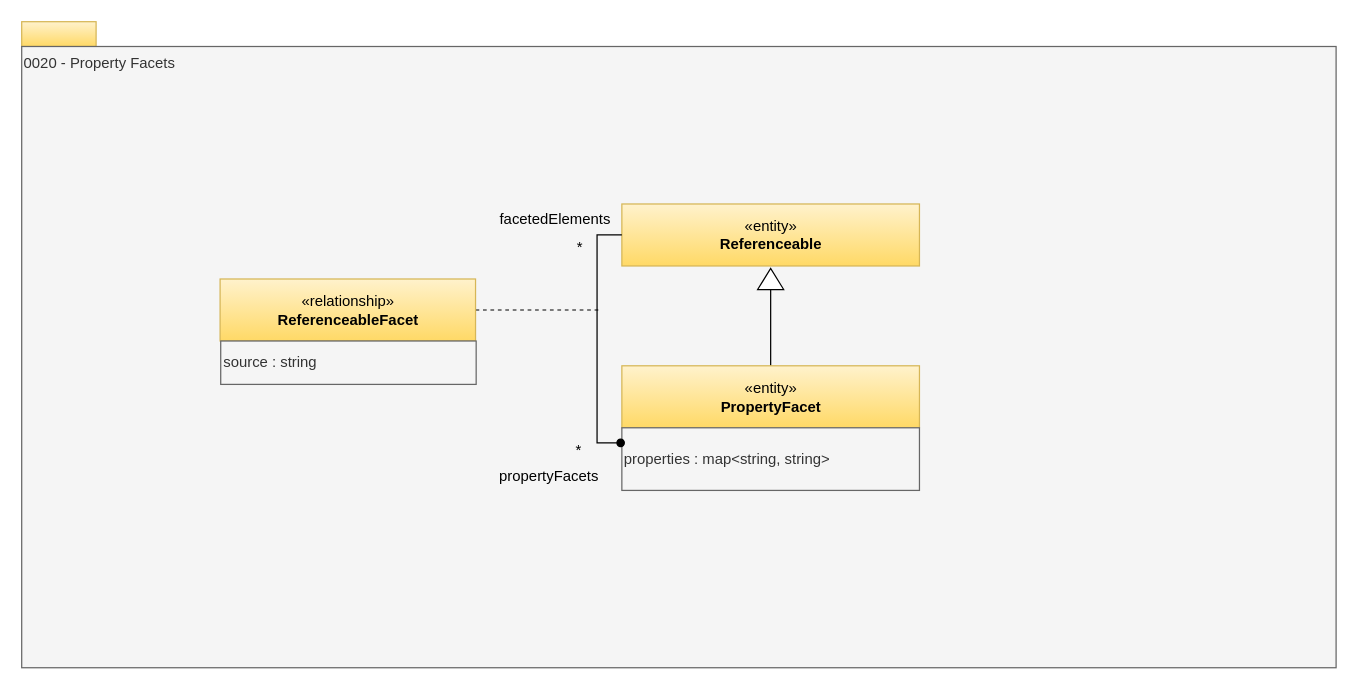
Before: page "0020-Property-Facets" (15 of 32) of site/docs/types/0/area-0-basic-types-and-infrastructure.drawio in odpi/egeria-docs, a draw.io diagram. Source tidied: cells renumbered, new cells numbered last; positions are measured from the earlier drawing's top-left corner, leaving out a move shared by most shapes. Both pictures are drawn from the tidied source at 124%, with x=0, y=0 at pixel (21, 21).
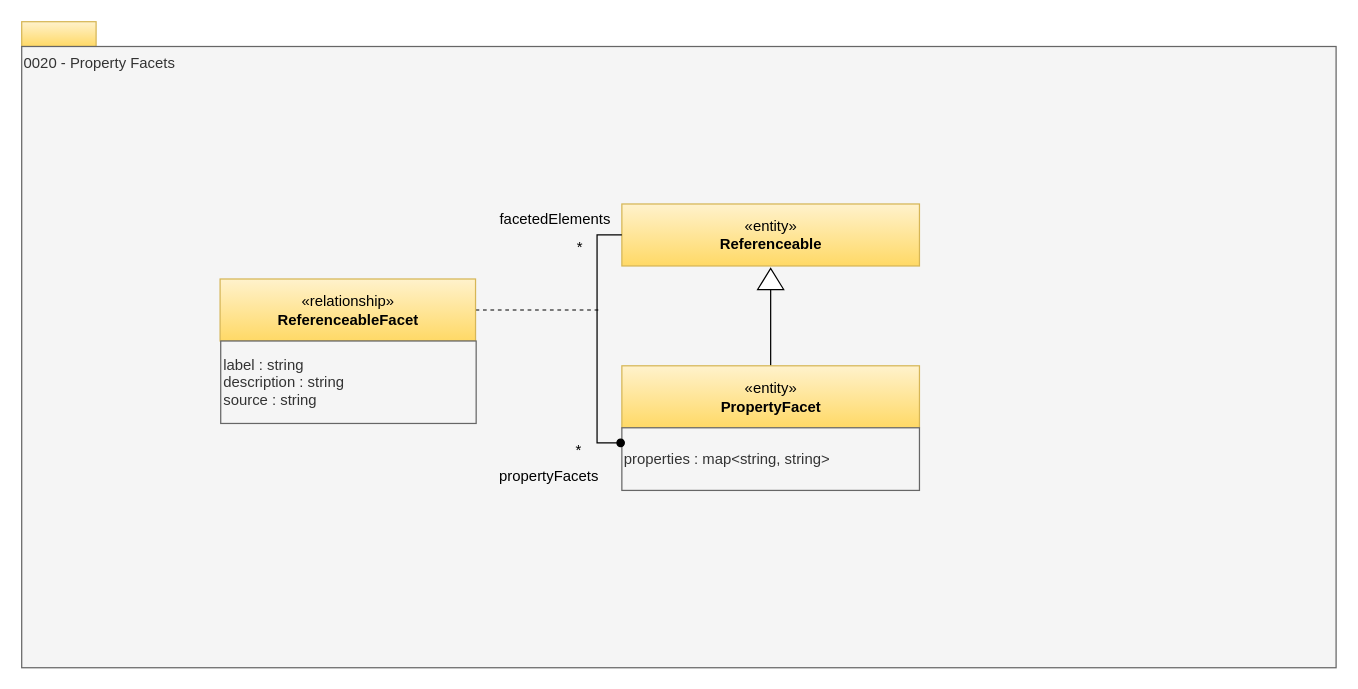
The same page after the edit.

Change to the diagram source:
```diff
@@
 <mxGraphModel>
   <root>
     <mxCell id="0" />
     <mxCell id="1" parent="0" />
     <mxCell id="2" style="rounded=0;whiteSpace=wrap;html=1;align=left;fillColor=#fff2cc;strokeColor=#d6b656;gradientColor=#ffd966;" parent="1" vertex="1">
       <mxGeometry width="60" height="20" as="geometry" />
     </mxCell>
     <mxCell id="3" value="0020 - Property Facets" style="rounded=0;whiteSpace=wrap;html=1;align=left;verticalAlign=top;fillColor=#f5f5f5;fontColor=#333333;strokeColor=#666666;" parent="1" vertex="1">
       <mxGeometry y="20" width="1060" height="501" as="geometry" />
     </mxCell>
     <mxCell id="4" value="«entity»&lt;br&gt;&lt;b&gt;Referenceable&lt;/b&gt;" style="html=1;strokeColor=#d6b656;align=center;fillColor=#fff2cc;gradientColor=#ffd966;" parent="1" vertex="1">
       <mxGeometry x="484" y="147" width="240" height="50" as="geometry" />
     </mxCell>
     <mxCell id="5" style="edgeStyle=orthogonalEdgeStyle;rounded=0;html=1;exitX=1;exitY=0.5;dashed=1;endArrow=none;endFill=0;jettySize=auto;" parent="1" edge="1" source="6">
       <mxGeometry relative="1" as="geometry">
         <mxPoint x="466.5" y="232.5" as="targetPoint" />
       </mxGeometry>
     </mxCell>
     <mxCell id="6" value="«relationship»&lt;br&gt;&lt;b&gt;ReferenceableFacet&lt;/b&gt;" style="html=1;strokeColor=#d6b656;align=center;fillColor=#fff2cc;gradientColor=#ffd966;" parent="1" vertex="1">
       <mxGeometry x="160" y="207.5" width="206" height="50" as="geometry" />
     </mxCell>
-    <mxCell id="7" value="source : string&lt;br&gt;" style="rounded=0;whiteSpace=wrap;html=1;strokeColor=#666666;align=left;fillColor=#f5f5f5;fontColor=#333333;" parent="1" vertex="1">
-      <mxGeometry x="160.5" y="257.5" width="206" height="35" as="geometry" />
+    <mxCell id="7" value="label : string&lt;div&gt;description : string&lt;/div&gt;&lt;div&gt;source : string&lt;br&gt;&lt;/div&gt;" style="rounded=0;whiteSpace=wrap;html=1;strokeColor=#666666;align=left;fillColor=#f5f5f5;fontColor=#333333;" parent="1" vertex="1">
+      <mxGeometry x="160.5" y="257.5" width="206" height="66.5" as="geometry" />
     </mxCell>
     <mxCell id="8" style="edgeStyle=orthogonalEdgeStyle;rounded=0;html=1;exitX=0;exitY=0.5;entryX=0.5;entryY=0;jettySize=auto;endArrow=none;endFill=0;" parent="1" edge="1" source="9" target="10">
       <mxGeometry relative="1" as="geometry" />
     </mxCell>
     <mxCell id="9" style="triangle;whiteSpace=wrap;html=1;strokeColor=#000000;gradientColor=#ffffff;align=center;rotation=-90;" parent="1" vertex="1">
       <mxGeometry x="595.5" y="197" width="17" height="21" as="geometry" />
     </mxCell>
     <mxCell id="10" value="«entity»&lt;br&gt;&lt;b&gt;PropertyFacet&lt;/b&gt;" style="html=1;strokeColor=#d6b656;align=center;fillColor=#fff2cc;gradientColor=#ffd966;" parent="1" vertex="1">
       <mxGeometry x="484" y="277.5" width="240" height="50" as="geometry" />
     </mxCell>
     <mxCell id="11" value="properties : map&amp;lt;string, string&amp;gt;&lt;br&gt;&lt;div style=&quot;text-align: left&quot;&gt;&lt;/div&gt;" style="rounded=0;whiteSpace=wrap;html=1;strokeColor=#666666;align=left;perimeterSpacing=1;fillColor=#f5f5f5;fontColor=#333333;" parent="1" vertex="1">
       <mxGeometry x="484" y="327.5" width="240" height="50.5" as="geometry" />
     </mxCell>
     <mxCell id="12" value="facetedElements" style="text;html=1;align=center;verticalAlign=top;spacingTop=-4;" parent="1" vertex="1">
       <mxGeometry x="376" y="150" width="107" height="20" as="geometry" />
     </mxCell>
     <mxCell id="13" value="*" style="text;html=1;align=center;verticalAlign=top;spacingTop=-4;" parent="1" vertex="1">
       <mxGeometry x="438" y="172" width="23" height="20" as="geometry" />
     </mxCell>
     <mxCell id="14" value="*" style="text;html=1;align=center;verticalAlign=top;spacingTop=-4;" parent="1" vertex="1">
       <mxGeometry x="441.5" y="336" width="15" height="14" as="geometry" />
     </mxCell>
     <mxCell id="15" value="propertyFacets" style="text;html=1;align=center;verticalAlign=top;spacingTop=-4;" parent="1" vertex="1">
       <mxGeometry x="376" y="357" width="98" height="20" as="geometry" />
     </mxCell>
     <mxCell id="16" style="edgeStyle=orthogonalEdgeStyle;rounded=0;html=1;exitX=0;exitY=0.25;entryX=0;entryY=0.5;endArrow=none;endFill=0;jettySize=auto;startArrow=oval;startFill=1;" parent="1" edge="1" source="11" target="4">
       <mxGeometry relative="1" as="geometry" />
     </mxCell>
   </root>
 </mxGraphModel>
```
